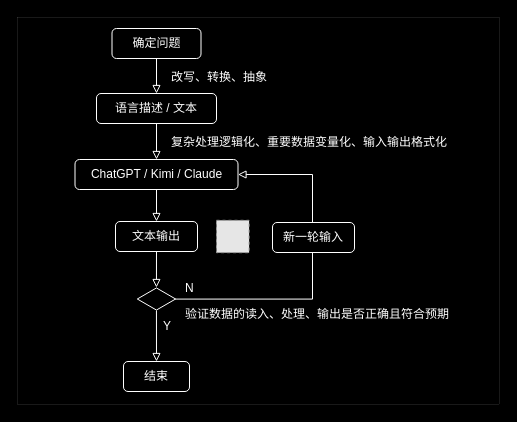
This is ai.drawio from TianZonglin/2handshub, a draw.io file, before an edit. Source tidied: cells renumbered, new cells numbered last; positions are measured from the earlier drawing's top-left corner, leaving out a move shared by most shapes. Both pictures are drawn from the tidied source at 100%, with x=0, y=0 at pixel (17, 17). Pictures stored in the file or linked from it are replaced by grey dashed boxes.
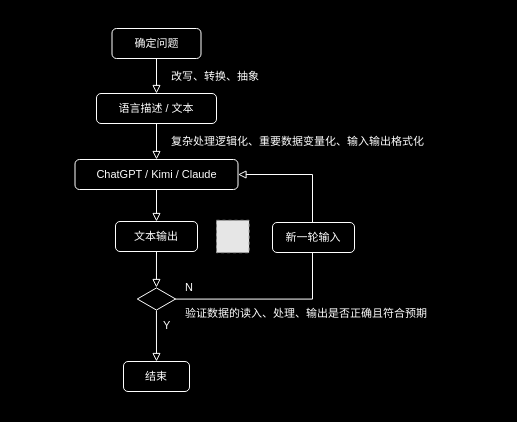
The same page after the edit.

Change to the diagram source:
```diff
@@
-    <mxCell id="2" style="rounded=0;whiteSpace=wrap;html=1;strokeColor=#FFFFFF;strokeWidth=0.1;fillColor=#000000;" parent="1" vertex="1">
-      <mxGeometry width="482" height="387" as="geometry" />
+    <mxCell id="2" style="rounded=0;whiteSpace=wrap;html=1;strokeColor=#000000;strokeWidth=0.1;fillColor=#000000;fontFamily=Helvetica;fontStyle=0;fontSize=11;labelBorderColor=default;" parent="1" vertex="1">
+      <mxGeometry x="29" width="408" height="387" as="geometry" />
     </mxCell>
-    <mxCell id="3" value="确定问题" style="rounded=1;whiteSpace=wrap;html=1;fillColor=#000000;strokeColor=#FFFFFF;fontColor=#FFFFFF;" parent="1" vertex="1">
+    <mxCell id="3" value="确定问题" style="rounded=1;whiteSpace=wrap;html=1;fillColor=#000000;strokeColor=#FFFFFF;fontColor=#FFFFFF;fontFamily=Helvetica;fontStyle=0;fontSize=11;" parent="1" vertex="1">
       <mxGeometry x="94.5" y="11" width="89" height="30" as="geometry" />
     </mxCell>
-    <mxCell id="4" style="endArrow=block;html=1;rounded=0;strokeColor=#FFFFFF;endFill=0;exitX=0.5;exitY=1;exitDx=0;exitDy=0;entryX=0.5;entryY=0;entryDx=0;entryDy=0;" parent="1" edge="1" source="3" target="5">
+    <mxCell id="4" style="endArrow=block;html=1;rounded=0;strokeColor=#FFFFFF;endFill=0;exitX=0.5;exitY=1;exitDx=0;exitDy=0;entryX=0.5;entryY=0;entryDx=0;entryDy=0;fontFamily=Helvetica;fontStyle=0;fontSize=11;" parent="1" edge="1" source="3" target="5">
       <mxGeometry relative="1" as="geometry" />
     </mxCell>
-    <mxCell id="5" value="语言描述 / 文本" style="rounded=1;whiteSpace=wrap;html=1;fillColor=#000000;strokeColor=#FFFFFF;fontColor=#FFFFFF;" parent="1" vertex="1">
+    <mxCell id="5" value="语言描述 / 文本" style="rounded=1;whiteSpace=wrap;html=1;fillColor=#000000;strokeColor=#FFFFFF;fontColor=#FFFFFF;fontFamily=Helvetica;fontStyle=0;fontSize=11;" parent="1" vertex="1">
       <mxGeometry x="79" y="76" width="120" height="30" as="geometry" />
     </mxCell>
-    <mxCell id="6" value="ChatGPT / Kimi / Claude" style="rounded=1;whiteSpace=wrap;html=1;fillColor=#000000;strokeColor=#FFFFFF;fontColor=#FFFFFF;" parent="1" vertex="1">
+    <mxCell id="6" value="ChatGPT / Kimi / Claude" style="rounded=1;whiteSpace=wrap;html=1;fillColor=#000000;strokeColor=#FFFFFF;fontColor=#FFFFFF;fontFamily=Helvetica;fontStyle=0;fontSize=11;" parent="1" vertex="1">
       <mxGeometry x="57.5" y="142" width="163" height="30" as="geometry" />
     </mxCell>
-    <mxCell id="7" value="文本输出" style="rounded=1;whiteSpace=wrap;html=1;fillColor=#000000;strokeColor=#FFFFFF;fontColor=#FFFFFF;" parent="1" vertex="1">
+    <mxCell id="7" value="文本输出" style="rounded=1;whiteSpace=wrap;html=1;fillColor=#000000;strokeColor=#FFFFFF;fontColor=#FFFFFF;fontFamily=Helvetica;fontStyle=0;fontSize=11;" parent="1" vertex="1">
       <mxGeometry x="98" y="204" width="82" height="30" as="geometry" />
     </mxCell>
-    <mxCell id="8" value="结束" style="rounded=1;whiteSpace=wrap;html=1;fillColor=#000000;strokeColor=#FFFFFF;fontColor=#FFFFFF;" parent="1" vertex="1">
+    <mxCell id="8" value="结束" style="rounded=1;whiteSpace=wrap;html=1;fillColor=#000000;strokeColor=#FFFFFF;fontColor=#FFFFFF;fontFamily=Helvetica;fontStyle=0;fontSize=11;" parent="1" vertex="1">
       <mxGeometry x="106" y="344" width="66" height="30" as="geometry" />
     </mxCell>
-    <mxCell id="9" style="endArrow=block;html=1;rounded=0;strokeColor=#FFFFFF;endFill=0;exitX=0.5;exitY=1;exitDx=0;exitDy=0;entryX=0.5;entryY=0;entryDx=0;entryDy=0;" parent="1" edge="1" source="5" target="6">
+    <mxCell id="9" style="endArrow=block;html=1;rounded=0;strokeColor=#FFFFFF;endFill=0;exitX=0.5;exitY=1;exitDx=0;exitDy=0;entryX=0.5;entryY=0;entryDx=0;entryDy=0;fontFamily=Helvetica;fontStyle=0;fontSize=11;" parent="1" edge="1" source="5" target="6">
       <mxGeometry relative="1" as="geometry" />
     </mxCell>
-    <mxCell id="10" style="endArrow=block;html=1;rounded=0;strokeColor=#FFFFFF;endFill=0;exitX=0.5;exitY=1;exitDx=0;exitDy=0;entryX=0.5;entryY=0;entryDx=0;entryDy=0;" parent="1" edge="1" source="6" target="7">
+    <mxCell id="10" style="endArrow=block;html=1;rounded=0;strokeColor=#FFFFFF;endFill=0;exitX=0.5;exitY=1;exitDx=0;exitDy=0;entryX=0.5;entryY=0;entryDx=0;entryDy=0;fontFamily=Helvetica;fontStyle=0;fontSize=11;" parent="1" edge="1" source="6" target="7">
       <mxGeometry relative="1" as="geometry" />
     </mxCell>
-    <mxCell id="11" style="endArrow=block;html=1;rounded=0;strokeColor=#FFFFFF;endFill=0;exitX=0.5;exitY=1;exitDx=0;exitDy=0;entryX=0.5;entryY=0;entryDx=0;entryDy=0;" parent="1" edge="1" source="19" target="8">
+    <mxCell id="11" style="endArrow=block;html=1;rounded=0;strokeColor=#FFFFFF;endFill=0;exitX=0.5;exitY=1;exitDx=0;exitDy=0;entryX=0.5;entryY=0;entryDx=0;entryDy=0;fontFamily=Helvetica;fontStyle=0;fontSize=11;" parent="1" edge="1" source="19" target="8">
       <mxGeometry relative="1" as="geometry" />
     </mxCell>
-    <mxCell id="12" style="edgeStyle=elbowEdgeStyle;elbow=horizontal;endArrow=block;html=1;curved=0;rounded=0;endSize=6;startSize=6;strokeColor=#FFFFFF;endFill=0;exitX=0.98;exitY=0.504;exitDx=0;exitDy=0;entryX=1;entryY=0.5;entryDx=0;entryDy=0;exitPerimeter=0;" parent="1" edge="1" source="19" target="6">
+    <mxCell id="12" style="edgeStyle=elbowEdgeStyle;elbow=horizontal;endArrow=block;html=1;curved=0;rounded=0;endSize=6;startSize=6;strokeColor=#FFFFFF;endFill=0;exitX=0.98;exitY=0.504;exitDx=0;exitDy=0;entryX=1;entryY=0.5;entryDx=0;entryDy=0;exitPerimeter=0;fontFamily=Helvetica;fontStyle=0;fontSize=11;" parent="1" edge="1" source="19" target="6">
       <mxGeometry relative="1" as="geometry">
         <Array as="points">
           <mxPoint x="295" y="200" />
         </Array>
       </mxGeometry>
     </mxCell>
-    <mxCell id="13" value="新一轮输入" style="rounded=1;whiteSpace=wrap;html=1;fillColor=#000000;strokeColor=#FFFFFF;fontColor=#FFFFFF;" parent="1" vertex="1">
+    <mxCell id="13" value="新一轮输入" style="rounded=1;whiteSpace=wrap;html=1;fillColor=#000000;strokeColor=#FFFFFF;fontColor=#FFFFFF;fontFamily=Helvetica;fontStyle=0;fontSize=11;" parent="1" vertex="1">
       <mxGeometry x="255" y="205" width="82" height="30" as="geometry" />
     </mxCell>
-    <mxCell id="14" style="fillColor=#E6E6E6;strokeColor=#999999;dashed=1;verticalLabelPosition=bottom;labelBackgroundColor=default;verticalAlign=top;" parent="1" vertex="1">
+    <mxCell id="14" style="fillColor=#E6E6E6;strokeColor=#999999;dashed=1;verticalLabelPosition=bottom;labelBackgroundColor=default;verticalAlign=top;fontFamily=Helvetica;fontStyle=0;fontSize=11;" parent="1" vertex="1">
       <mxGeometry x="199" y="202.8" width="32.6" height="32.4" as="geometry" />
     </mxCell>
-    <mxCell id="15" value="&lt;span style=&quot;font-family: Helvetica; font-size: 12px; font-style: normal; font-variant-ligatures: normal; font-variant-caps: normal; font-weight: 400; letter-spacing: normal; orphans: 2; text-align: center; text-indent: 0px; text-transform: none; widows: 2; word-spacing: 0px; -webkit-text-stroke-width: 0px; white-space: normal; text-decoration-thickness: initial; text-decoration-style: initial; text-decoration-color: initial; float: none; display: inline !important;&quot;&gt;改写、转换、抽象&lt;/span&gt;" style="text;whiteSpace=wrap;html=1;fontColor=#FFFFFF;labelBackgroundColor=#000000;" parent="1" vertex="1">
+    <mxCell id="15" value="&lt;span style=&quot;font-size: 11px; font-style: normal; font-variant-ligatures: normal; font-variant-caps: normal; letter-spacing: normal; orphans: 2; text-align: center; text-indent: 0px; text-transform: none; widows: 2; word-spacing: 0px; -webkit-text-stroke-width: 0px; white-space: normal; text-decoration-thickness: initial; text-decoration-style: initial; text-decoration-color: initial; float: none; display: inline !important;&quot;&gt;改写、转换、抽象&lt;/span&gt;" style="text;whiteSpace=wrap;html=1;fontColor=#FFFFFF;labelBackgroundColor=#000000;fontFamily=Helvetica;fontStyle=0;fontSize=11;" parent="1" vertex="1">
       <mxGeometry x="152" y="46" width="190.5" height="36" as="geometry" />
     </mxCell>
-    <mxCell id="16" value="&lt;div style=&quot;text-align: center;&quot;&gt;验证数据的读入、处理、输出是否正确且符合预期&lt;/div&gt;" style="text;whiteSpace=wrap;html=1;fontColor=#FFFFFF;labelBackgroundColor=#000000;" parent="1" vertex="1">
-      <mxGeometry x="165.7" y="283" width="308.3" height="26" as="geometry" />
+    <mxCell id="16" value="&lt;div style=&quot;text-align: center; font-size: 11px;&quot;&gt;验证数据的读入、处理、输出是否正确且符合预期&lt;/div&gt;" style="text;whiteSpace=wrap;html=1;fontColor=#FFFFFF;labelBackgroundColor=#000000;fontFamily=Helvetica;fontStyle=0;fontSize=11;" parent="1" vertex="1">
+      <mxGeometry x="165.7" y="283" width="255.3" height="26" as="geometry" />
     </mxCell>
-    <mxCell id="17" value="&lt;div style=&quot;text-align: center;&quot;&gt;复杂处理逻辑化、重要数据变量化、输入输出格式化&lt;/div&gt;" style="text;whiteSpace=wrap;html=1;fontColor=#FFFFFF;labelBackgroundColor=#000000;" parent="1" vertex="1">
-      <mxGeometry x="152" y="111" width="323" height="26" as="geometry" />
+    <mxCell id="17" value="&lt;div style=&quot;text-align: center; font-size: 11px;&quot;&gt;复杂处理逻辑化、重要数据变量化、输入输出格式化&lt;/div&gt;" style="text;whiteSpace=wrap;html=1;fontColor=#FFFFFF;labelBackgroundColor=#000000;fontFamily=Helvetica;fontStyle=0;fontSize=11;" parent="1" vertex="1">
+      <mxGeometry x="152" y="111" width="271" height="26" as="geometry" />
     </mxCell>
-    <mxCell id="18" style="endArrow=block;html=1;rounded=0;strokeColor=#FFFFFF;endFill=0;exitX=0.5;exitY=1;exitDx=0;exitDy=0;entryX=0.5;entryY=0;entryDx=0;entryDy=0;" parent="1" edge="1" source="7" target="19">
+    <mxCell id="18" style="endArrow=block;html=1;rounded=0;strokeColor=#FFFFFF;endFill=0;exitX=0.5;exitY=1;exitDx=0;exitDy=0;entryX=0.5;entryY=0;entryDx=0;entryDy=0;fontFamily=Helvetica;fontStyle=0;fontSize=11;" parent="1" edge="1" source="7" target="19">
       <mxGeometry relative="1" as="geometry" />
     </mxCell>
-    <mxCell id="19" style="html=1;whiteSpace=wrap;shape=isoRectangle;strokeColor=#FFFFFF;fillColor=#000000;" parent="1" vertex="1">
+    <mxCell id="19" style="html=1;whiteSpace=wrap;shape=isoRectangle;strokeColor=#FFFFFF;fillColor=#000000;fontFamily=Helvetica;fontStyle=0;fontSize=11;" parent="1" vertex="1">
       <mxGeometry x="119.8" y="270" width="38.3" height="23" as="geometry" />
     </mxCell>
-    <mxCell id="20" value="&lt;div style=&quot;text-align: center;&quot;&gt;N&lt;/div&gt;" style="text;whiteSpace=wrap;html=1;fontColor=#FFFFFF;labelBackgroundColor=#000000;" parent="1" vertex="1">
+    <mxCell id="20" value="&lt;div style=&quot;text-align: center; font-size: 11px;&quot;&gt;N&lt;/div&gt;" style="text;whiteSpace=wrap;html=1;fontColor=#FFFFFF;labelBackgroundColor=#000000;fontFamily=Helvetica;fontStyle=0;fontSize=11;" parent="1" vertex="1">
       <mxGeometry x="165.7" y="257" width="22" height="26" as="geometry" />
     </mxCell>
-    <mxCell id="21" value="&lt;div style=&quot;text-align: center;&quot;&gt;Y&lt;/div&gt;" style="text;whiteSpace=wrap;html=1;fontColor=#FFFFFF;labelBackgroundColor=#000000;" parent="1" vertex="1">
+    <mxCell id="21" value="&lt;div style=&quot;text-align: center; font-size: 11px;&quot;&gt;Y&lt;/div&gt;" style="text;whiteSpace=wrap;html=1;fontColor=#FFFFFF;labelBackgroundColor=#000000;fontFamily=Helvetica;fontStyle=0;fontSize=11;" parent="1" vertex="1">
       <mxGeometry x="143.7" y="295" width="22" height="26" as="geometry" />
     </mxCell>
```
